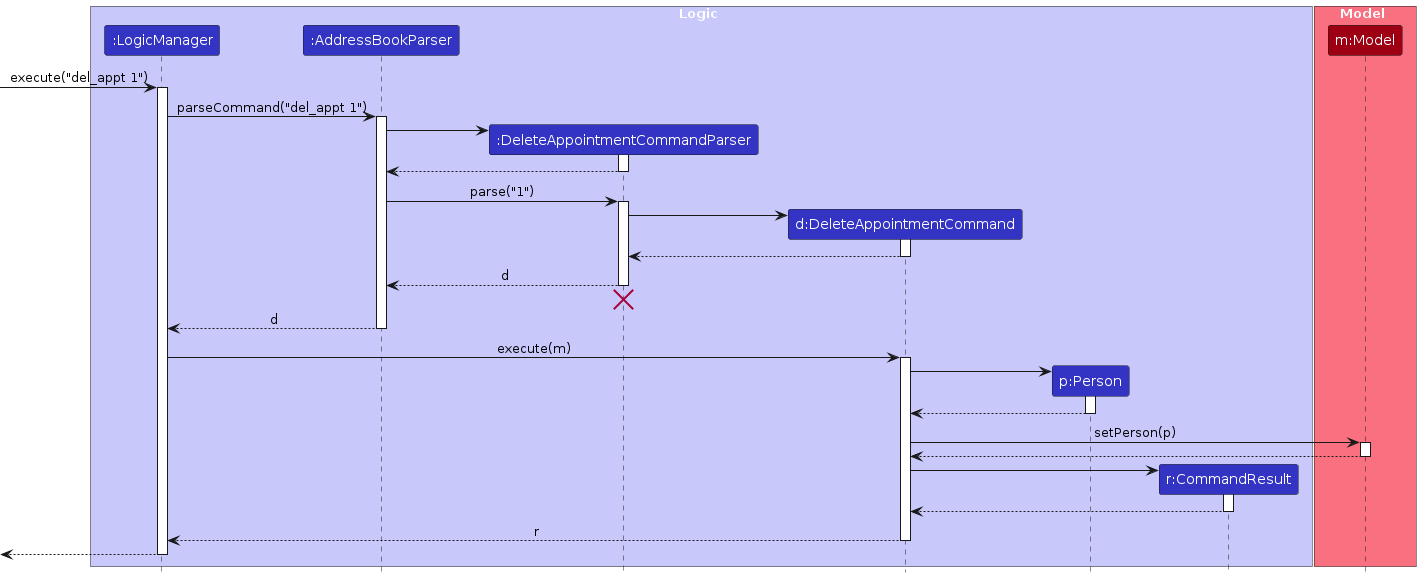
AY2425S1-CS2103T-T15-3/tp keeps this PlantUML diagram as diagrams/DeleteAppointmentSequenceDiagram.png. Above is the earlier version. Its source is kept beside it as diagrams/DeleteAppointmentSequenceDiagram.puml.
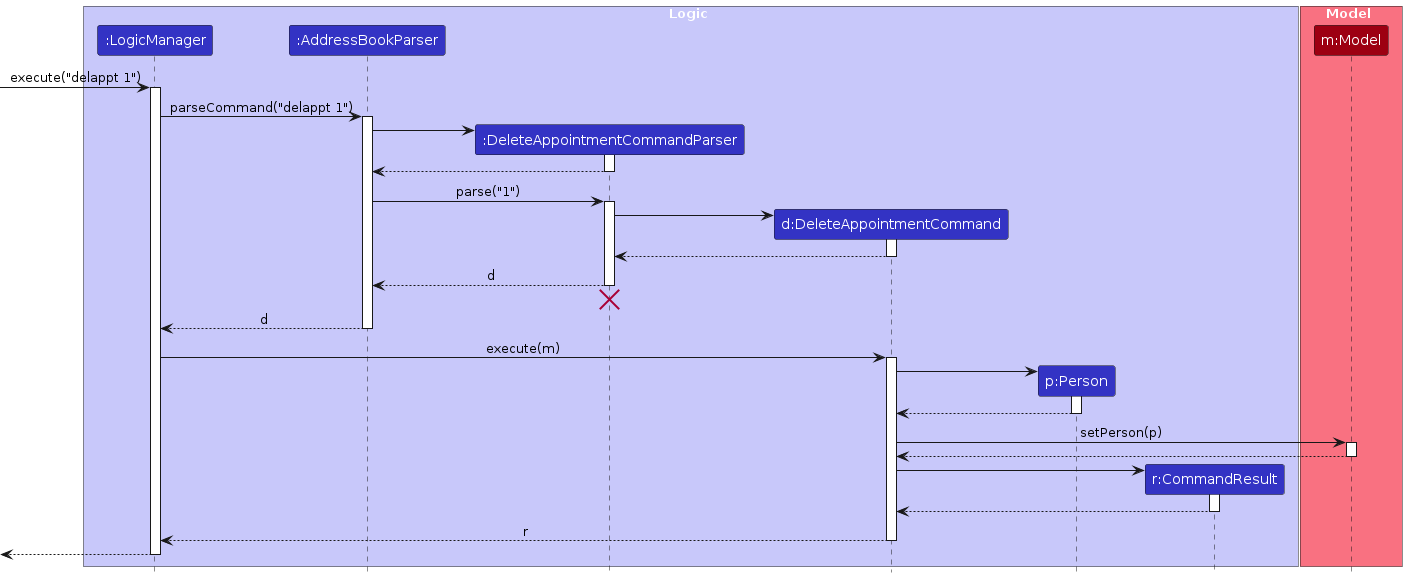
Later version of the same file.

The edit, as a diff of the source:
```diff
@@ -15,10 +15,10 @@
 participant "m:Model" as Model MODEL_COLOR
 end box
 
-[-> LogicManager : execute("del_appt 1")
+[-> LogicManager : execute("delappt 1")
 activate LogicManager
 
-LogicManager -> AddressBookParser : parseCommand("del_appt 1")
+LogicManager -> AddressBookParser : parseCommand("delappt 1")
 activate AddressBookParser
 
 create DeleteAppointmentCommandParser
```
